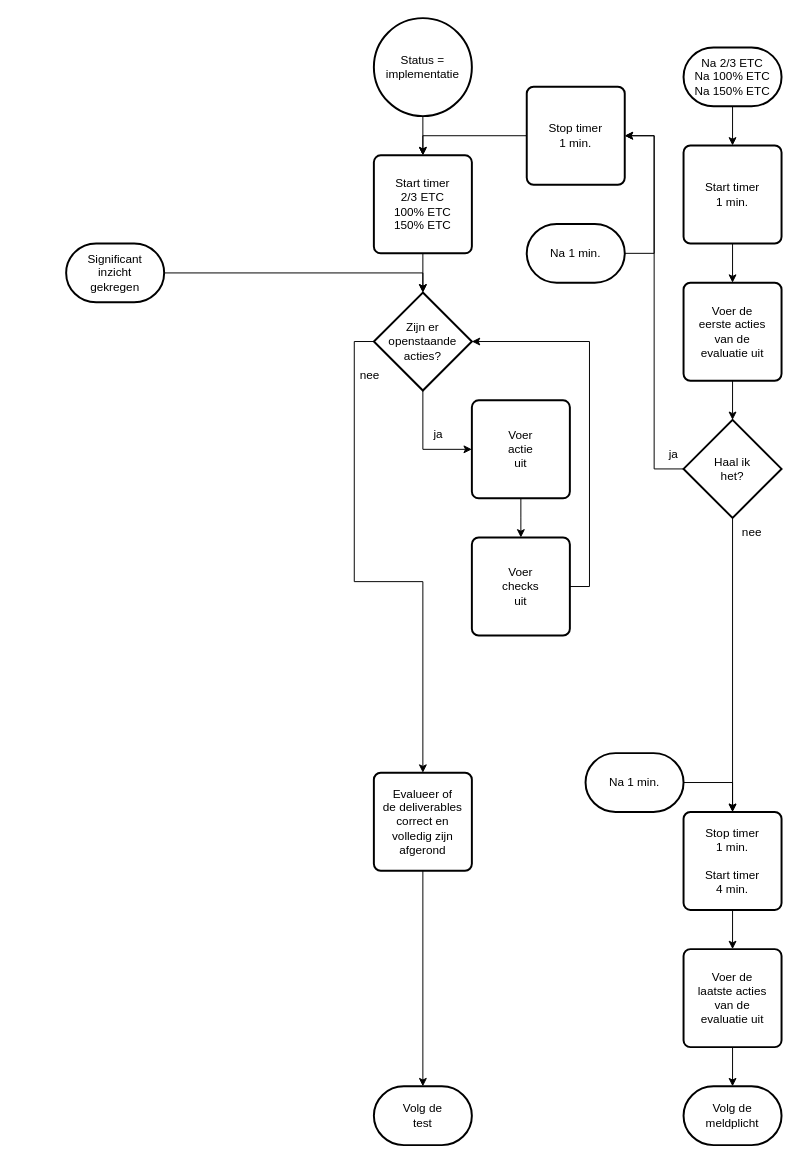
Above: 7 Issue Tracker implementatie.drawio in Zaibatsu89/IssueTracker (draw.io), before the change. Source tidied: cells renumbered, new cells numbered last; positions are measured from the earlier drawing's top-left corner, leaving out a move shared by most shapes. Both pictures are drawn from the tidied source at 98%, with x=0, y=0 at pixel (66, 18).
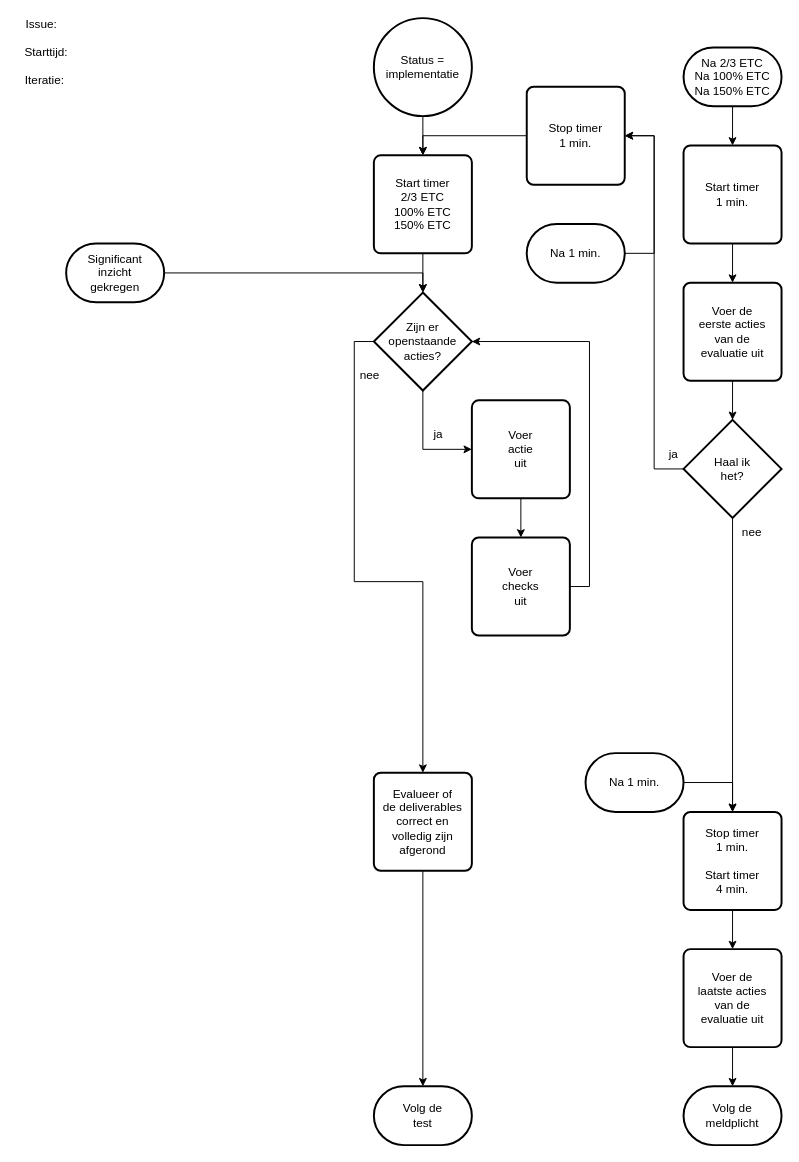
The same page after the edit.

Commit message (it also covers changes not shown here):
issue, starttijd en iteratie in flowcharts

Change to the diagram source:
```diff
@@
+    <mxCell id="42" value="Issue:&amp;nbsp; &amp;nbsp;&lt;br&gt;&lt;br&gt;Starttijd:&lt;br&gt;&lt;br&gt;Iteratie:&amp;nbsp;" style="text;html=1;align=center;verticalAlign=middle;whiteSpace=wrap;rounded=0;" parent="1" vertex="1">
+      <mxGeometry x="-50" y="20" width="60" height="30" as="geometry" />
+    </mxCell>
```
